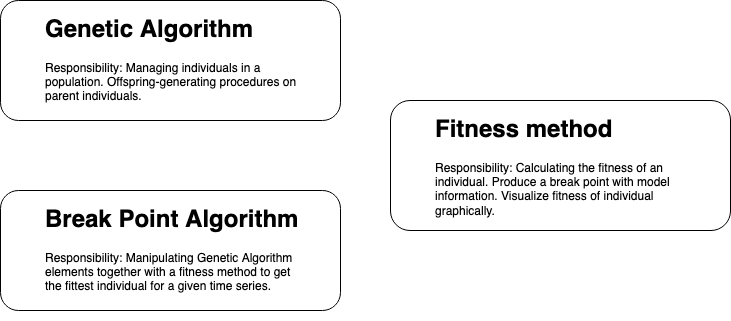
Above: fig/simple-design-structure.png in ManBunBirbo/software-technology-project-report (draw.io), before the change. Source tidied: cells renumbered, new cells last; positions are measured from the earlier drawing's top-left corner, leaving out a move shared by most shapes.
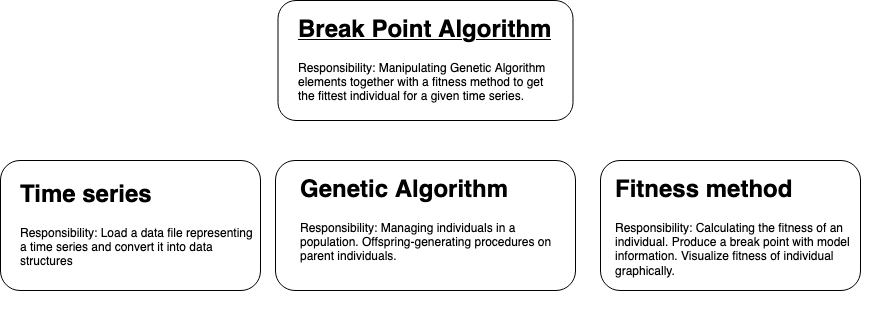
Later version of the same file.

Change to the diagram source:
```diff
@@ -3,22 +3,28 @@
     <mxCell id="0" />
     <mxCell id="1" parent="0" />
     <mxCell id="2" style="rounded=1;whiteSpace=wrap;html=1;" parent="1" vertex="1">
-      <mxGeometry width="340" height="120" as="geometry" />
+      <mxGeometry x="150" y="160" width="300" height="130" as="geometry" />
     </mxCell>
-    <mxCell id="3" value="&lt;h1&gt;Genetic Algorithm&lt;br&gt;&lt;/h1&gt;Responsibility: Managing individuals in a population. Offspring-generating procedures on parent individuals. " style="text;html=1;strokeColor=none;fillColor=none;spacing=5;spacingTop=-20;whiteSpace=wrap;overflow=hidden;rounded=0;" parent="1" vertex="1">
-      <mxGeometry x="40" y="10" width="270" height="120" as="geometry" />
+    <mxCell id="3" value="&lt;h1&gt;Genetic Algorithm&lt;br&gt;&lt;/h1&gt;&lt;div&gt;Responsibility: Managing individuals in a population. Offspring-generating procedures on parent individuals.&lt;br&gt;&lt;/div&gt;" style="text;html=1;strokeColor=none;fillColor=none;spacing=5;spacingTop=-20;whiteSpace=wrap;overflow=hidden;rounded=0;" parent="1" vertex="1">
+      <mxGeometry x="170" y="170" width="270" height="140" as="geometry" />
     </mxCell>
     <mxCell id="4" style="rounded=1;whiteSpace=wrap;html=1;" parent="1" vertex="1">
-      <mxGeometry y="190" width="340" height="120" as="geometry" />
+      <mxGeometry x="152.5" width="295" height="120" as="geometry" />
     </mxCell>
-    <mxCell id="5" value="&lt;h1&gt;Break Point Algorithm&lt;br&gt;&lt;/h1&gt;Responsibility: Manipulating Genetic Algorithm elements together with a fitness method to get the fittest individual for a given time series. " style="text;html=1;strokeColor=none;fillColor=none;spacing=5;spacingTop=-20;whiteSpace=wrap;overflow=hidden;rounded=0;" parent="1" vertex="1">
-      <mxGeometry x="40" y="200" width="270" height="120" as="geometry" />
+    <mxCell id="5" value="&lt;h1&gt;&lt;u&gt;Break Point Algorithm&lt;/u&gt;&lt;br&gt;&lt;/h1&gt;Responsibility: Manipulating Genetic Algorithm elements together with a fitness method to get the fittest individual for a given time series. " style="text;html=1;strokeColor=none;fillColor=none;spacing=5;spacingTop=-20;whiteSpace=wrap;overflow=hidden;rounded=0;" parent="1" vertex="1">
+      <mxGeometry x="167.5" y="10" width="270" height="120" as="geometry" />
     </mxCell>
     <mxCell id="6" style="rounded=1;whiteSpace=wrap;html=1;" parent="1" vertex="1">
-      <mxGeometry x="390" y="100" width="340" height="130" as="geometry" />
+      <mxGeometry x="475" y="160" width="260" height="130" as="geometry" />
     </mxCell>
     <mxCell id="7" value="&lt;h1&gt;Fitness method&lt;br&gt;&lt;/h1&gt;Responsibility: Calculating the fitness of an individual. Produce a break point with model information. Visualize fitness of individual graphically." style="text;html=1;strokeColor=none;fillColor=none;spacing=5;spacingTop=-20;whiteSpace=wrap;overflow=hidden;rounded=0;" parent="1" vertex="1">
-      <mxGeometry x="430" y="110" width="270" height="120" as="geometry" />
+      <mxGeometry x="485" y="170" width="270" height="120" as="geometry" />
     </mxCell>
+    <mxCell id="8" style="rounded=1;whiteSpace=wrap;html=1;" parent="1" vertex="1">
+      <mxGeometry x="-125" y="160" width="260" height="130" as="geometry" />
+    </mxCell>
+    <mxCell id="9" value="&lt;h1&gt;Time series&lt;br&gt;&lt;/h1&gt;&lt;div&gt;Responsibility: Load a data file representing&lt;/div&gt;&lt;div&gt;a time series and convert it into data &lt;br&gt;&lt;/div&gt;&lt;div&gt;structures&lt;br&gt;&lt;/div&gt;" style="text;html=1;strokeColor=none;fillColor=none;spacing=5;spacingTop=-20;whiteSpace=wrap;overflow=hidden;rounded=0;" parent="1" vertex="1">
+      <mxGeometry x="-110" y="175" width="270" height="120" as="geometry" />
+    </mxCell>
   </root>
 </mxGraphModel>
```
